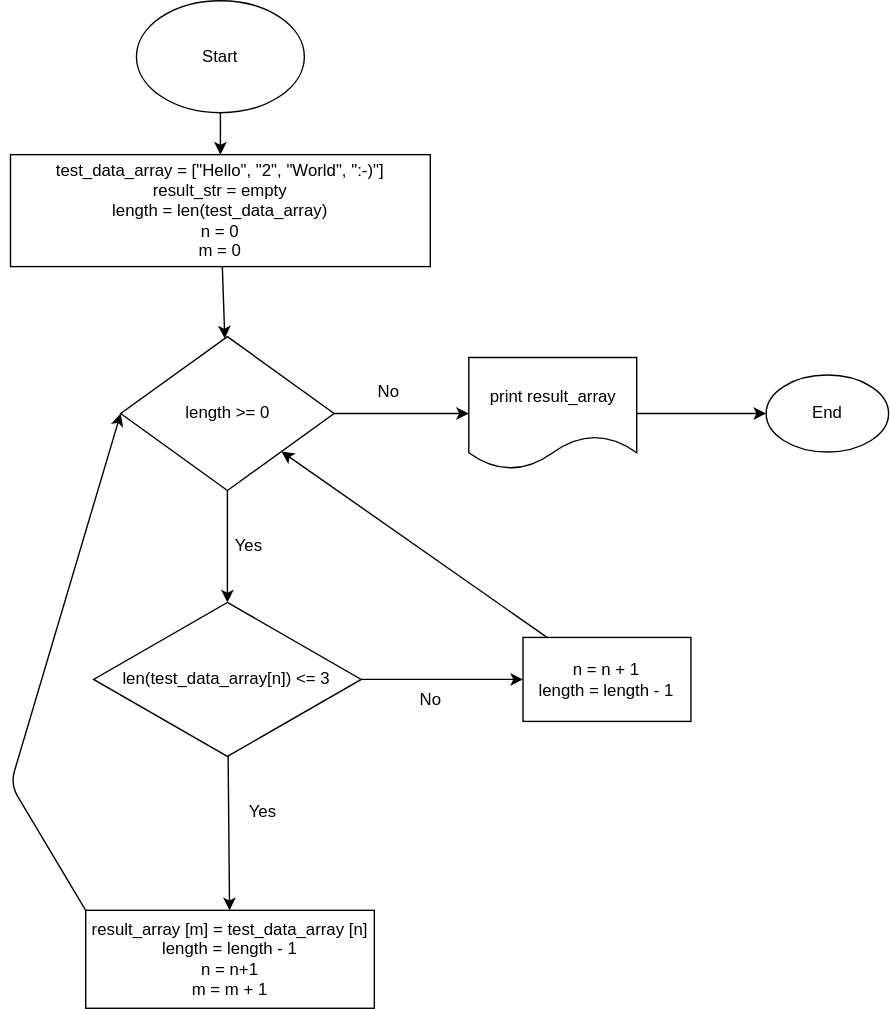
PavelBudantsev/Results_IT_Specialist keeps this draw.io diagram as .drawio.svg. Above is the earlier version. Source tidied: cells renumbered, new cells last; positions are measured from the earlier drawing's top-left corner, leaving out a move shared by most shapes. The source it was exported from:
```xml
<mxGraphModel>
  <root>
    <mxCell id="0" />
    <mxCell id="1" parent="0" />
    <mxCell id="2" style="edgeStyle=none;html=1;" parent="1" edge="1" source="3" target="6">
      <mxGeometry relative="1" as="geometry" />
    </mxCell>
    <mxCell id="3" value="test_data_array = [&quot;Hello&quot;, &quot;2&quot;, &quot;World&quot;, &quot;:-)&quot;]&lt;br&gt;result_str = empty&lt;br&gt;length = len(test_data_array)&lt;br&gt;n = 0&lt;br&gt;m = 0&lt;br&gt;" style="whiteSpace=wrap;html=1;" parent="1" vertex="1">
      <mxGeometry y="110" width="300" height="80" as="geometry" />
    </mxCell>
    <mxCell id="4" style="edgeStyle=none;html=1;" parent="1" edge="1" source="6" target="9">
      <mxGeometry relative="1" as="geometry" />
    </mxCell>
    <mxCell id="5" style="edgeStyle=none;html=1;" parent="1" edge="1" source="6" target="18">
      <mxGeometry relative="1" as="geometry" />
    </mxCell>
    <mxCell id="6" value="length &amp;gt;= 0" style="rhombus;whiteSpace=wrap;html=1;" parent="1" vertex="1">
      <mxGeometry x="78.8" y="240" width="152.5" height="110" as="geometry" />
    </mxCell>
    <mxCell id="7" style="edgeStyle=none;html=1;" parent="1" edge="1" source="9" target="12">
      <mxGeometry relative="1" as="geometry" />
    </mxCell>
    <mxCell id="8" style="edgeStyle=none;html=1;" parent="1" edge="1" source="9" target="15">
      <mxGeometry relative="1" as="geometry" />
    </mxCell>
    <mxCell id="9" value="len(test_data_array[n]) &amp;lt;= 3" style="rhombus;whiteSpace=wrap;html=1;" parent="1" vertex="1">
      <mxGeometry x="59.4" y="430" width="191.2" height="110" as="geometry" />
    </mxCell>
    <mxCell id="10" value="Yes&lt;br&gt;" style="text;html=1;align=center;verticalAlign=middle;strokeColor=none;fillColor=none;" parent="1" vertex="1">
      <mxGeometry x="150" y="375" width="40" height="30" as="geometry" />
    </mxCell>
    <mxCell id="11" style="edgeStyle=none;html=1;entryX=0;entryY=0.5;entryDx=0;entryDy=0;exitX=0;exitY=0;exitDx=0;exitDy=0;" parent="1" edge="1" source="12" target="6">
      <mxGeometry relative="1" as="geometry">
        <Array as="points">
          <mxPoint y="560" />
        </Array>
      </mxGeometry>
    </mxCell>
    <mxCell id="12" value="result_array [m] = test_data_array [n]&lt;br&gt;length = length - 1&lt;br&gt;n = n+1&lt;br&gt;m = m + 1" style="whiteSpace=wrap;html=1;" parent="1" vertex="1">
      <mxGeometry x="53.8" y="650" width="206.2" height="70" as="geometry" />
    </mxCell>
    <mxCell id="13" value="Yes&lt;br&gt;" style="text;html=1;align=center;verticalAlign=middle;strokeColor=none;fillColor=none;" parent="1" vertex="1">
      <mxGeometry x="160" y="565" width="40" height="30" as="geometry" />
    </mxCell>
    <mxCell id="14" style="edgeStyle=none;html=1;" parent="1" edge="1" source="15" target="6">
      <mxGeometry relative="1" as="geometry" />
    </mxCell>
    <mxCell id="15" value="n = n + 1&lt;br&gt;length = length - 1" style="whiteSpace=wrap;html=1;" parent="1" vertex="1">
      <mxGeometry x="366.3" y="455" width="120" height="60" as="geometry" />
    </mxCell>
    <mxCell id="16" value="No" style="text;html=1;align=center;verticalAlign=middle;strokeColor=none;fillColor=none;" parent="1" vertex="1">
      <mxGeometry x="280" y="485" width="40" height="30" as="geometry" />
    </mxCell>
    <mxCell id="17" style="edgeStyle=none;html=1;" parent="1" edge="1" source="18" target="19">
      <mxGeometry relative="1" as="geometry" />
    </mxCell>
    <mxCell id="18" value="print result_array" style="shape=document;whiteSpace=wrap;html=1;boundedLbl=1;" parent="1" vertex="1">
      <mxGeometry x="327.5" y="255" width="120" height="80" as="geometry" />
    </mxCell>
    <mxCell id="19" value="End" style="ellipse;whiteSpace=wrap;html=1;" parent="1" vertex="1">
      <mxGeometry x="540" y="267.5" width="87.5" height="55" as="geometry" />
    </mxCell>
    <mxCell id="20" value="No&lt;br&gt;" style="text;html=1;align=center;verticalAlign=middle;strokeColor=none;fillColor=none;" parent="1" vertex="1">
      <mxGeometry x="250" y="265" width="40" height="30" as="geometry" />
    </mxCell>
    <mxCell id="21" style="edgeStyle=none;html=1;exitX=0.5;exitY=1;exitDx=0;exitDy=0;entryX=0.5;entryY=0;entryDx=0;entryDy=0;" parent="1" edge="1" source="22" target="3">
      <mxGeometry relative="1" as="geometry" />
    </mxCell>
    <mxCell id="22" value="Start" style="ellipse;whiteSpace=wrap;html=1;" parent="1" vertex="1">
      <mxGeometry x="90" width="120" height="80" as="geometry" />
    </mxCell>
  </root>
</mxGraphModel>
```
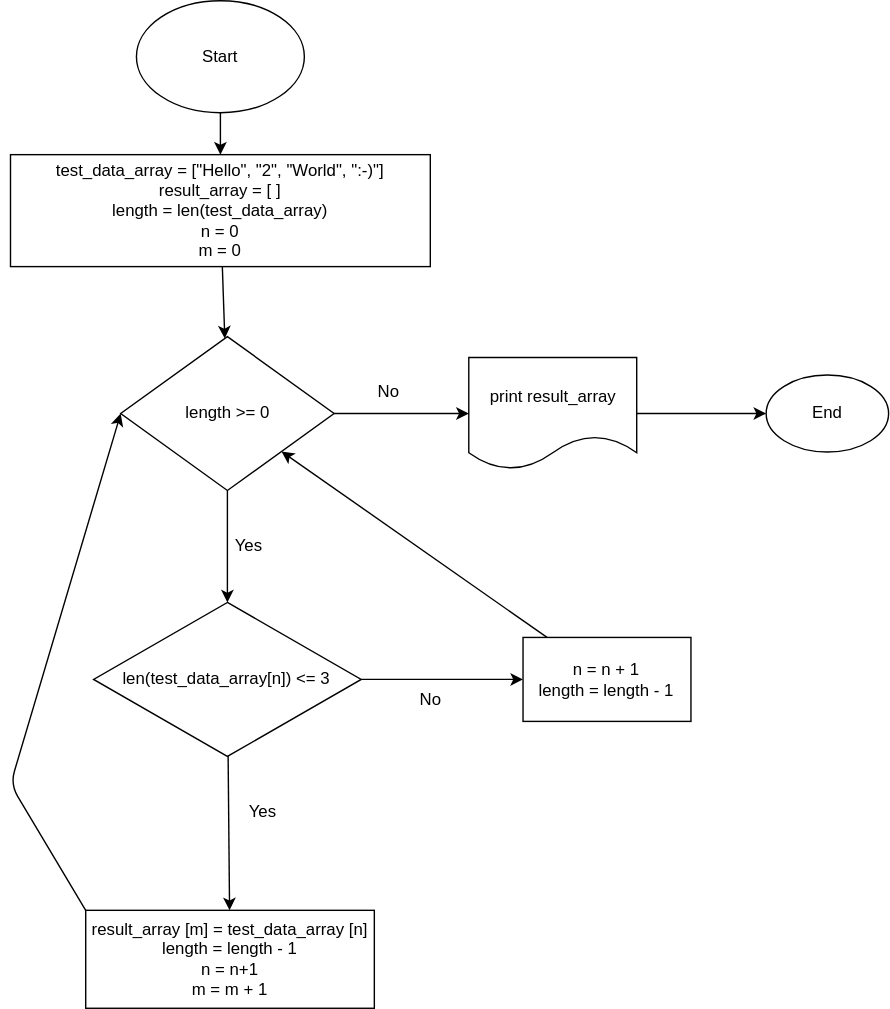
After the change.

Change to the diagram source:
```diff
@@ -5,7 +5,7 @@
     <mxCell id="2" style="edgeStyle=none;html=1;" parent="1" edge="1" source="3" target="6">
       <mxGeometry relative="1" as="geometry" />
     </mxCell>
-    <mxCell id="3" value="test_data_array = [&quot;Hello&quot;, &quot;2&quot;, &quot;World&quot;, &quot;:-)&quot;]&lt;br&gt;result_str = empty&lt;br&gt;length = len(test_data_array)&lt;br&gt;n = 0&lt;br&gt;m = 0&lt;br&gt;" style="whiteSpace=wrap;html=1;" parent="1" vertex="1">
+    <mxCell id="3" value="test_data_array = [&quot;Hello&quot;, &quot;2&quot;, &quot;World&quot;, &quot;:-)&quot;]&lt;br&gt;result_array&amp;nbsp;= [ ]&lt;br&gt;length = len(test_data_array)&lt;br&gt;n = 0&lt;br&gt;m = 0" style="whiteSpace=wrap;html=1;" parent="1" vertex="1">
       <mxGeometry y="110" width="300" height="80" as="geometry" />
     </mxCell>
     <mxCell id="4" style="edgeStyle=none;html=1;" parent="1" edge="1" source="6" target="9">
```
